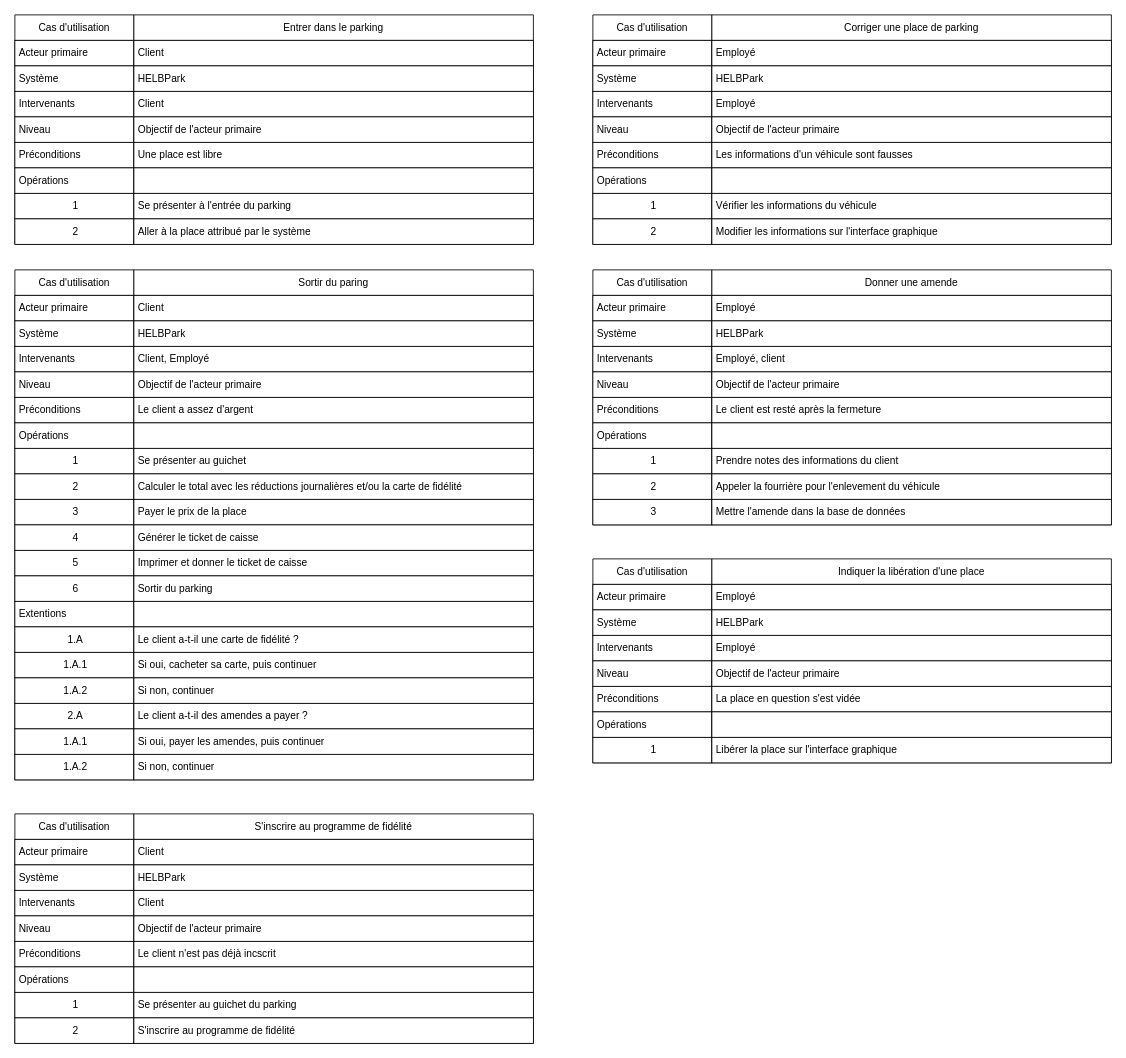
Before: Analyse II/DocCasDutilisation.drawio in JessyEstTropCool/HELBPark, a draw.io diagram. Source tidied: cells renumbered, new cells numbered last; positions are measured from the earlier drawing's top-left corner, leaving out a move shared by most shapes. Both pictures are drawn from the tidied source at 85%, with x=0, y=0 at pixel (14, 14).
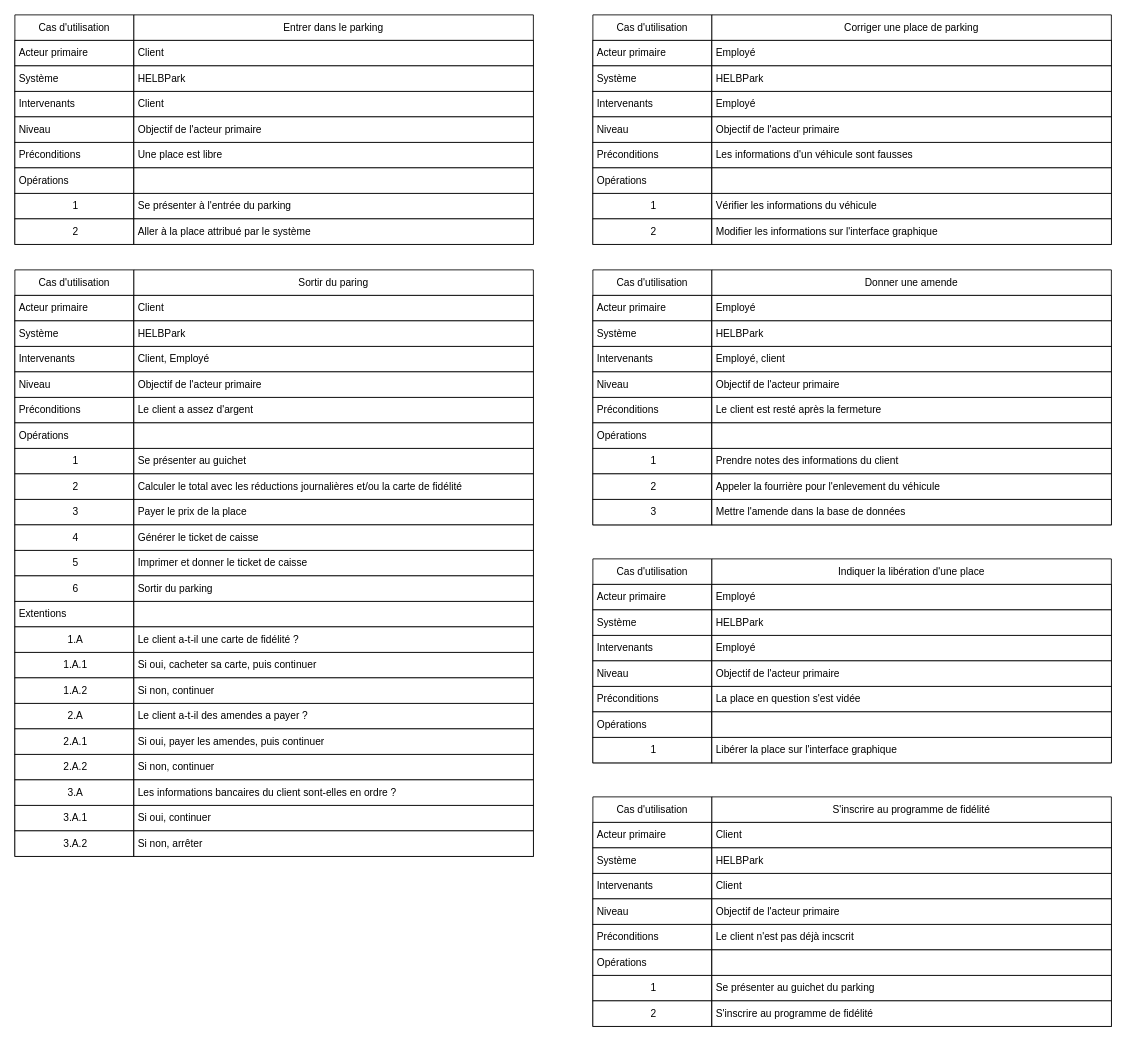
The same page after the edit.

Change to the diagram source:
```diff
@@
     <mxCell id="20" value="Cas d'utilisation" style="swimlane;fontStyle=0;horizontal=1;startSize=30;" parent="1" vertex="1">
-      <mxGeometry y="300" width="140" height="600" as="geometry" />
+      <mxGeometry y="300" width="140" height="690" as="geometry" />
     </mxCell>
@@
-    <mxCell id="38" value="1.A.1" style="rounded=0;whiteSpace=wrap;html=1;align=center;spacingLeft=3;" parent="20" vertex="1">
+    <mxCell id="38" value="2.A.1" style="rounded=0;whiteSpace=wrap;html=1;align=center;spacingLeft=3;" parent="20" vertex="1">
       <mxGeometry y="540" width="140" height="30" as="geometry" />
     </mxCell>
-    <mxCell id="39" value="1.A.2" style="rounded=0;whiteSpace=wrap;html=1;align=center;spacingLeft=3;" parent="20" vertex="1">
+    <mxCell id="39" value="2.A.2" style="rounded=0;whiteSpace=wrap;html=1;align=center;spacingLeft=3;" parent="20" vertex="1">
       <mxGeometry y="570" width="140" height="30" as="geometry" />
     </mxCell>
+    <mxCell id="132" value="3.A" style="rounded=0;whiteSpace=wrap;html=1;align=center;spacingLeft=3;" parent="20" vertex="1">
+      <mxGeometry y="600" width="140" height="30" as="geometry" />
+    </mxCell>
+    <mxCell id="133" value="3.A.1" style="rounded=0;whiteSpace=wrap;html=1;align=center;spacingLeft=3;" parent="20" vertex="1">
+      <mxGeometry y="630" width="140" height="30" as="geometry" />
+    </mxCell>
+    <mxCell id="134" value="3.A.2" style="rounded=0;whiteSpace=wrap;html=1;align=center;spacingLeft=3;" parent="20" vertex="1">
+      <mxGeometry y="660" width="140" height="30" as="geometry" />
+    </mxCell>
     <mxCell id="40" value="Sortir du paring" style="swimlane;fontStyle=0;horizontal=1;startSize=30;" parent="1" vertex="1">
-      <mxGeometry x="140" y="300" width="470" height="600" as="geometry" />
+      <mxGeometry x="140" y="300" width="470" height="690" as="geometry" />
     </mxCell>
@@
+    <mxCell id="135" value="Les informations bancaires du client sont-elles en ordre ?" style="rounded=0;whiteSpace=wrap;html=1;align=left;spacingLeft=3;" parent="40" vertex="1">
+      <mxGeometry y="600" width="470" height="30" as="geometry" />
+    </mxCell>
+    <mxCell id="136" value="Si oui, continuer" style="rounded=0;whiteSpace=wrap;html=1;align=left;spacingLeft=3;" parent="40" vertex="1">
+      <mxGeometry y="630" width="470" height="30" as="geometry" />
+    </mxCell>
+    <mxCell id="137" value="Si non, arrêter" style="rounded=0;whiteSpace=wrap;html=1;align=left;spacingLeft=3;" parent="40" vertex="1">
+      <mxGeometry y="660" width="470" height="30" as="geometry" />
+    </mxCell>
     <mxCell id="60" value="Cas d'utilisation" style="swimlane;fontStyle=0;horizontal=1;startSize=30;" parent="1" vertex="1">
-      <mxGeometry y="940" width="140" height="270" as="geometry" />
+      <mxGeometry x="680" y="920" width="140" height="270" as="geometry" />
     </mxCell>
@@
     <mxCell id="69" value="S'inscrire au programme de fidélité" style="swimlane;fontStyle=0;horizontal=1;startSize=30;" parent="1" vertex="1">
-      <mxGeometry x="140" y="940" width="470" height="270" as="geometry" />
+      <mxGeometry x="820" y="920" width="470" height="270" as="geometry" />
     </mxCell>
```
